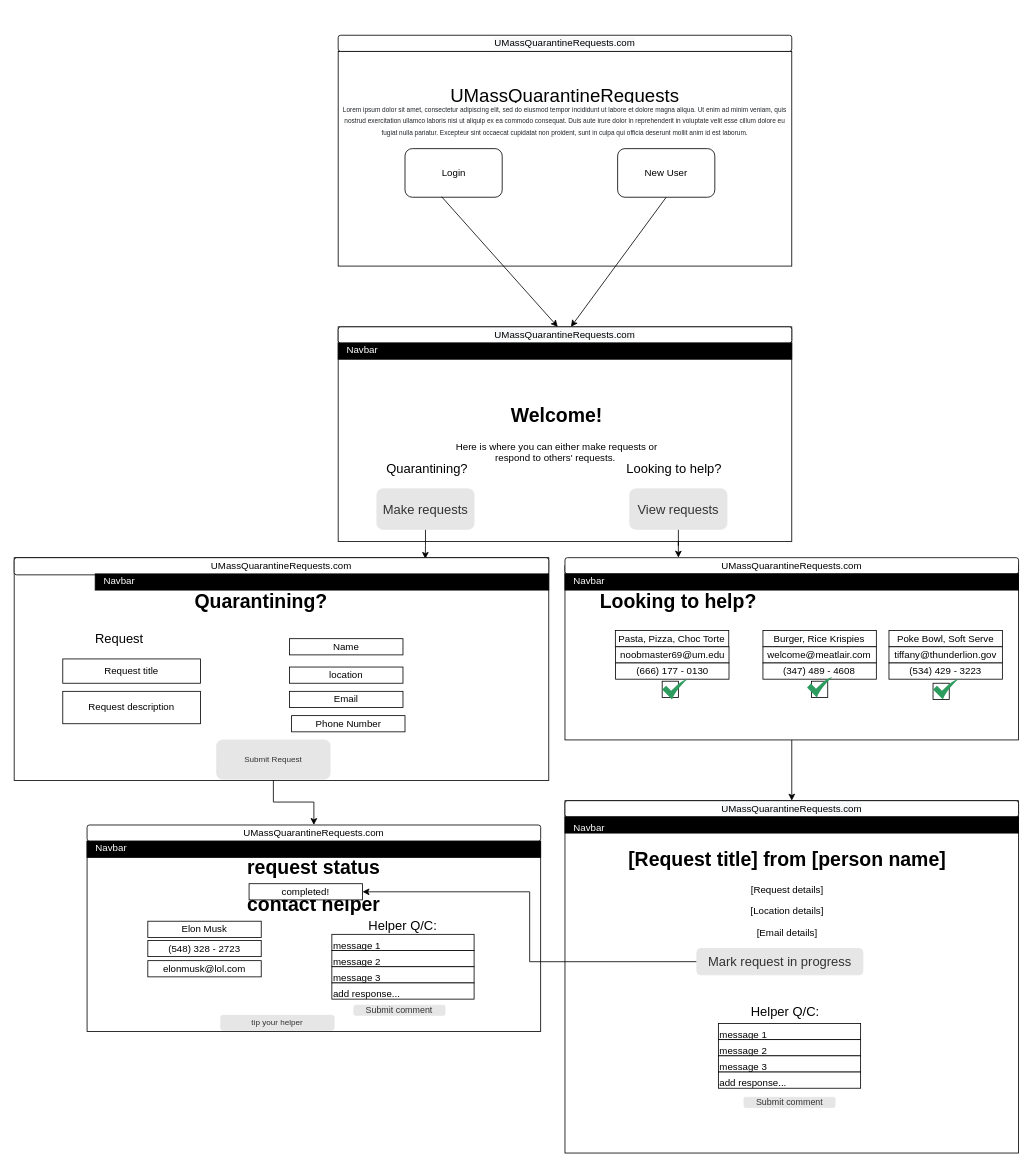
Earlier version of the draw.io diagram docs/diagrams/homepage.drawio (grievans/cs326-final-vav). Source tidied: cells renumbered, new cells numbered last; positions are measured from the earlier drawing's top-left corner, leaving out a move shared by most shapes. Both pictures are drawn from the tidied source at 81%, with x=0, y=0 at pixel (14, 35).
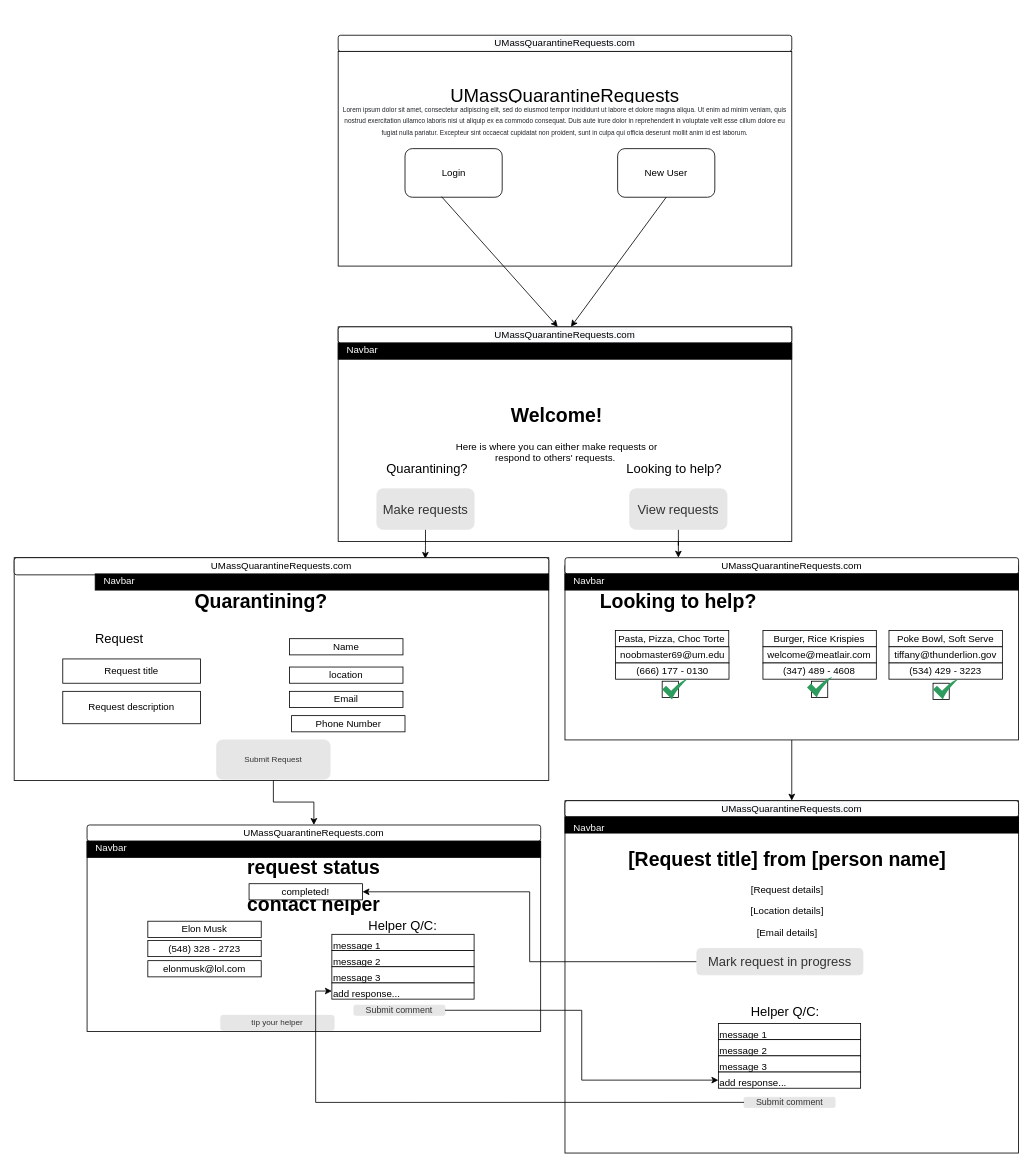
The same diagram, later.

Unchanged cells that the change refers to:
```xml
<mxCell id="46" value="&lt;span style=&quot;font-size: 11px&quot;&gt;Submit comment&lt;/span&gt;" style="rounded=1;html=1;shadow=0;dashed=0;whiteSpace=wrap;fontSize=10;fillColor=#E6E6E6;align=center;strokeColor=#E6E6E6;fontColor=#333333;" parent="1" vertex="1">
  <mxGeometry x="901" y="1311.2" width="112.5" height="12.5" as="geometry" />
</mxCell>
<mxCell id="66" value="&lt;span style=&quot;font-size: 11px&quot;&gt;Submit comment&lt;/span&gt;" style="rounded=1;html=1;shadow=0;dashed=0;whiteSpace=wrap;fontSize=10;fillColor=#E6E6E6;align=center;strokeColor=#E6E6E6;fontColor=#333333;" parent="1" vertex="1">
  <mxGeometry x="419.4" y="1197.5" width="112.5" height="12.5" as="geometry" />
</mxCell>
<mxCell id="70" value="add response..." style="rounded=0;whiteSpace=wrap;html=1;align=left;verticalAlign=top;" parent="1" vertex="1">
  <mxGeometry x="869.4" y="1280" width="175.6" height="20" as="geometry" />
</mxCell>
<mxCell id="74" value="add response..." style="rounded=0;whiteSpace=wrap;html=1;align=left;verticalAlign=top;" parent="1" vertex="1">
  <mxGeometry x="392.2" y="1170" width="175.6" height="20" as="geometry" />
</mxCell>
```

Change to the diagram source:
```diff
@@
+    <mxCell id="87" style="edgeStyle=orthogonalEdgeStyle;rounded=0;jettySize=auto;html=1;exitX=0;exitY=0.5;exitDx=0;exitDy=0;entryX=0;entryY=0.5;entryDx=0;entryDy=0;fontSize=8;" parent="1" edge="1" source="46" target="74">
+      <mxGeometry relative="1" as="geometry" />
+    </mxCell>
@@
+    <mxCell id="88" style="edgeStyle=orthogonalEdgeStyle;rounded=0;jettySize=auto;html=1;exitX=1;exitY=0.5;exitDx=0;exitDy=0;entryX=0;entryY=0.5;entryDx=0;entryDy=0;fontSize=8;" parent="1" edge="1" source="66" target="70">
+      <mxGeometry relative="1" as="geometry" />
+    </mxCell>
```
